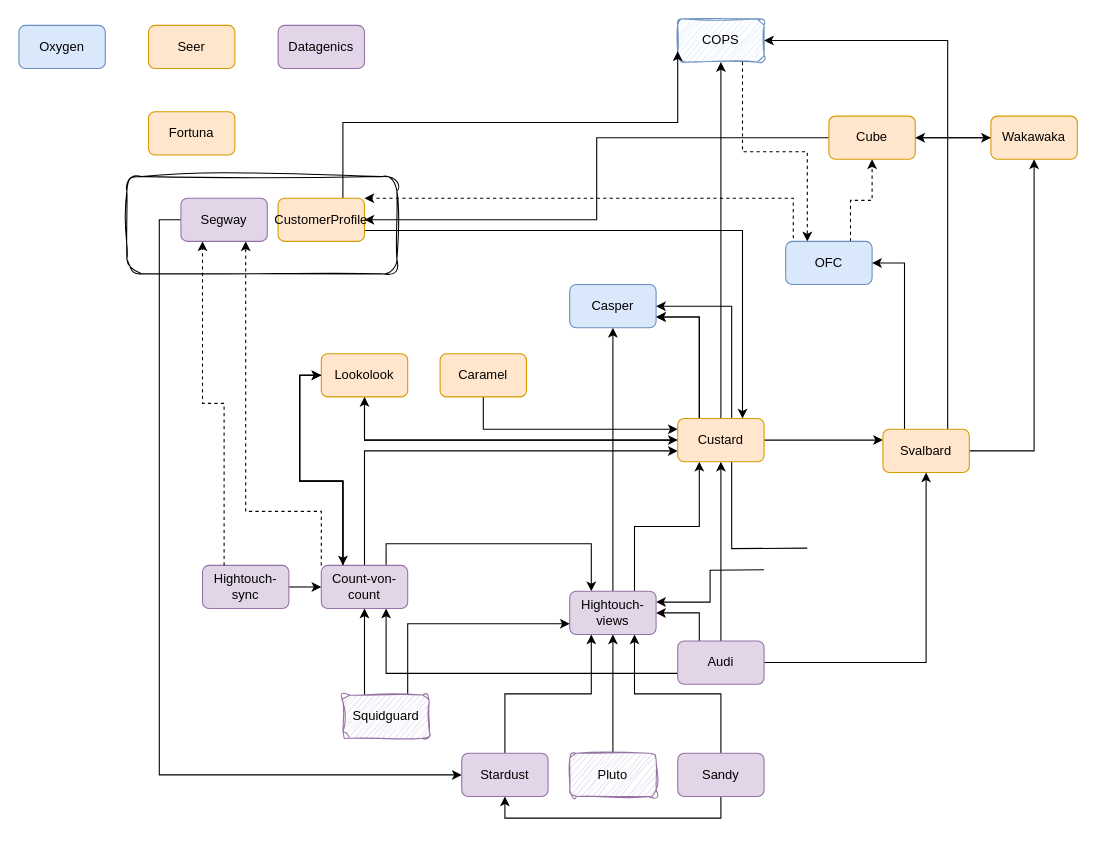
The draw.io diagram ProdCustAudProf.drawio in peymanmahdikhani/extra, before the edit. Source tidied: cells renumbered, new cells numbered last; positions are measured from the earlier drawing's top-left corner, leaving out a move shared by most shapes. Both pictures are drawn from the tidied source at 108%, with x=0, y=0 at pixel (18, 18).
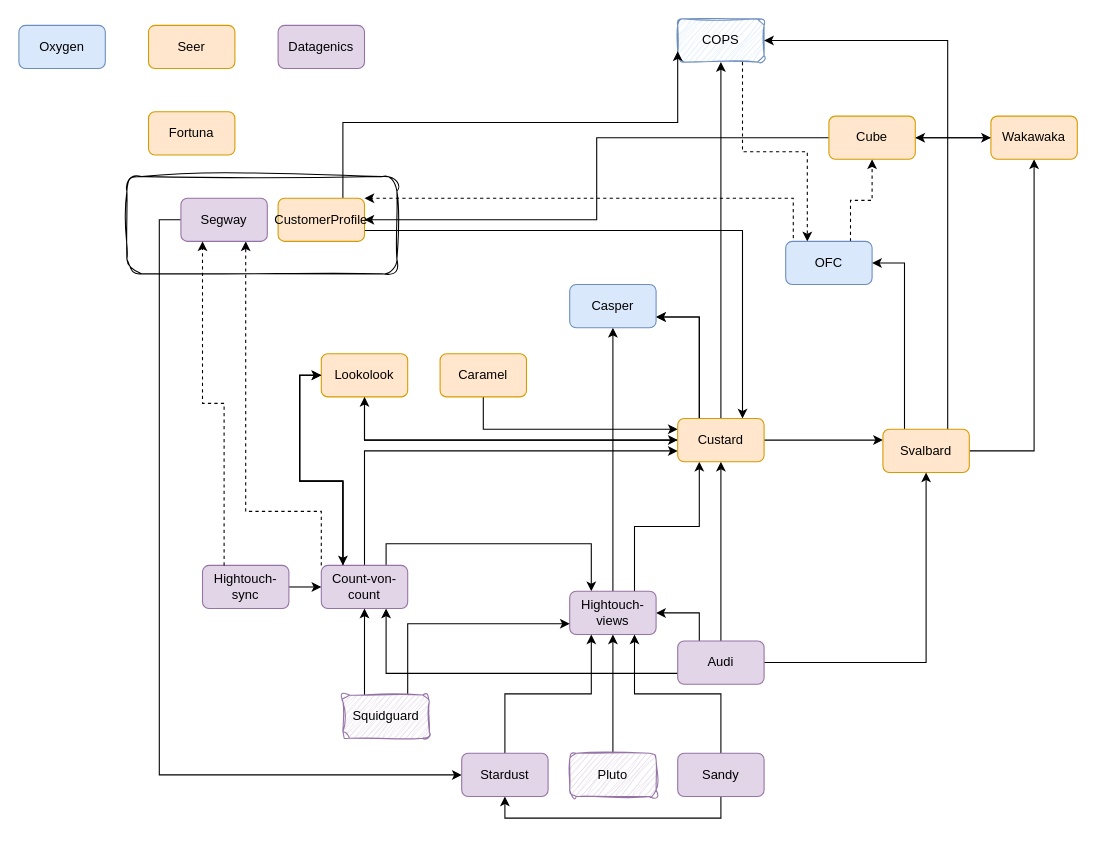
After the change.

Unchanged cells that the change refers to:
```xml
<mxCell id="45" value="Hightouch-views" style="rounded=1;whiteSpace=wrap;html=1;fillColor=#e1d5e7;strokeColor=#9673a6;" parent="1" vertex="1">
  <mxGeometry x="510" y="530" width="80" height="40" as="geometry" />
</mxCell>
<mxCell id="62" value="Casper" style="rounded=1;whiteSpace=wrap;html=1;fillColor=#dae8fc;strokeColor=#6c8ebf;" parent="1" vertex="1">
  <mxGeometry x="510" y="246" width="80" height="40" as="geometry" />
</mxCell>
```

What changed in the source:
```diff
@@
-    <mxCell id="40" style="edgeStyle=orthogonalEdgeStyle;rounded=0;jettySize=auto;html=1;exitX=0.5;exitY=0;exitDx=0;exitDy=0;entryX=1;entryY=0.5;entryDx=0;entryDy=0;" parent="1" edge="1" target="62">
-      <mxGeometry relative="1" as="geometry">
-        <mxPoint x="730" y="490" as="sourcePoint" />
-      </mxGeometry>
-    </mxCell>
-    <mxCell id="41" style="edgeStyle=orthogonalEdgeStyle;rounded=0;jettySize=auto;html=1;entryX=1;entryY=0.25;entryDx=0;entryDy=0;exitX=0;exitY=0.5;exitDx=0;exitDy=0;" parent="1" edge="1" target="45">
-      <mxGeometry relative="1" as="geometry">
-        <mxPoint x="690" y="510" as="sourcePoint" />
-      </mxGeometry>
-    </mxCell>
```
